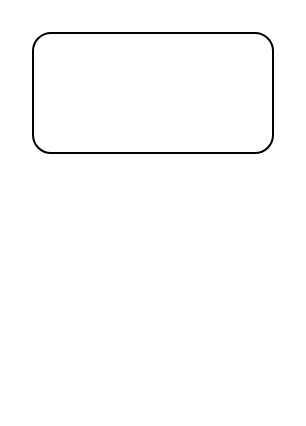
kaylves/diagram keeps this draw.io diagram as Untitled Diagram2.drawio. Above is the earlier version. Source tidied: cells renumbered, new cells numbered last; positions are measured from the earlier drawing's top-left corner, leaving out a move shared by most shapes. Both pictures are drawn from the tidied source at 200%, with x=0, y=0 at pixel (32, 32).
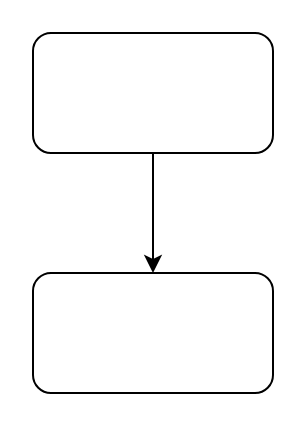
The same page after the edit.

Diff of the diagram source:
```diff
@@
 <mxGraphModel>
   <root>
     <mxCell id="0" />
     <mxCell id="1" parent="0" />
+    <mxCell id="3" style="edgeStyle=orthogonalEdgeStyle;rounded=0;jettySize=auto;html=1;exitX=0.5;exitY=1;exitDx=0;exitDy=0;entryX=0.5;entryY=0;entryDx=0;entryDy=0;" parent="1" edge="1" source="2" target="4">
+      <mxGeometry relative="1" as="geometry" />
+    </mxCell>
     <mxCell id="2" style="rounded=1;whiteSpace=wrap;html=1;" parent="1" vertex="1">
       <mxGeometry width="120" height="60" as="geometry" />
     </mxCell>
+    <mxCell id="4" style="rounded=1;whiteSpace=wrap;html=1;" parent="1" vertex="1">
+      <mxGeometry y="120" width="120" height="60" as="geometry" />
+    </mxCell>
   </root>
 </mxGraphModel>
```
